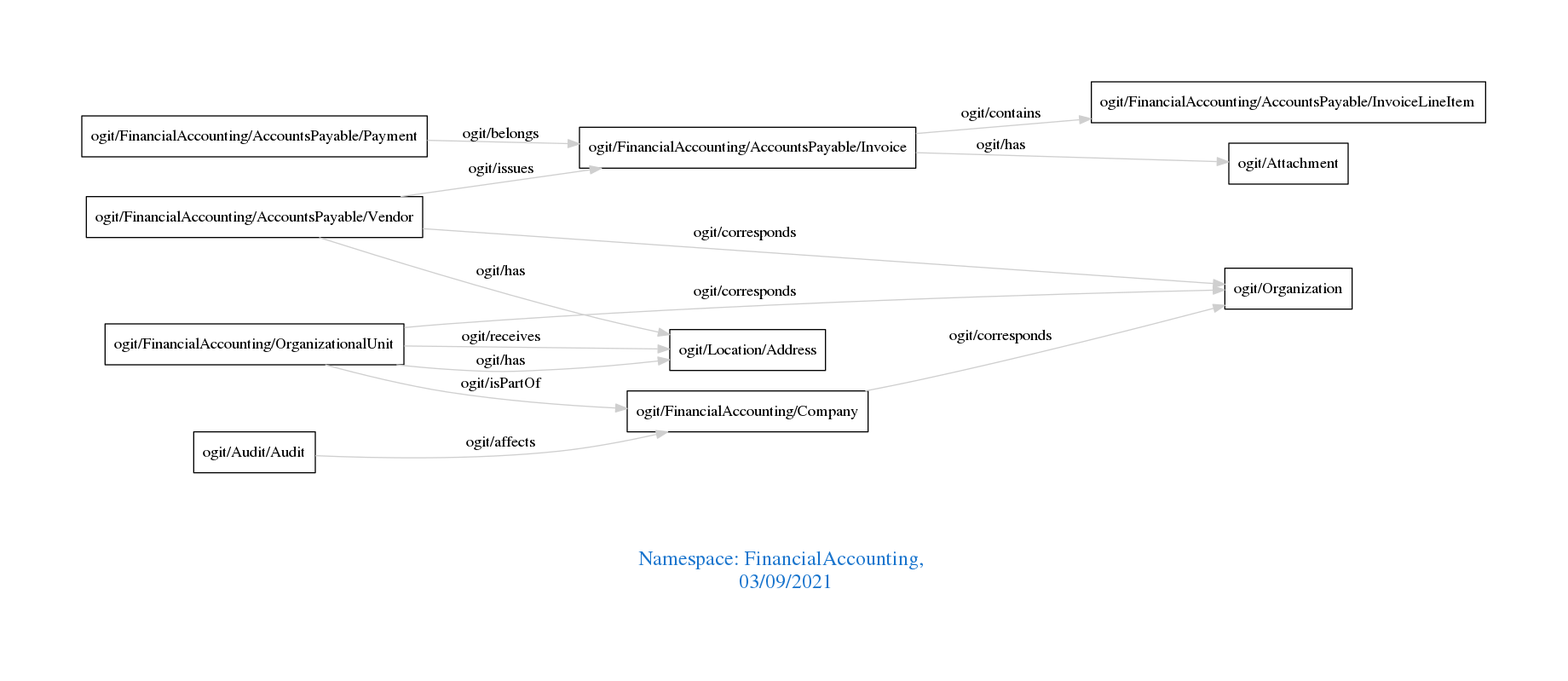
The Graphviz diagram downloads/FinancialAccounting.png in arago/OGIT, before a commit. Its source is kept beside it as downloads/FinancialAccounting.dot.
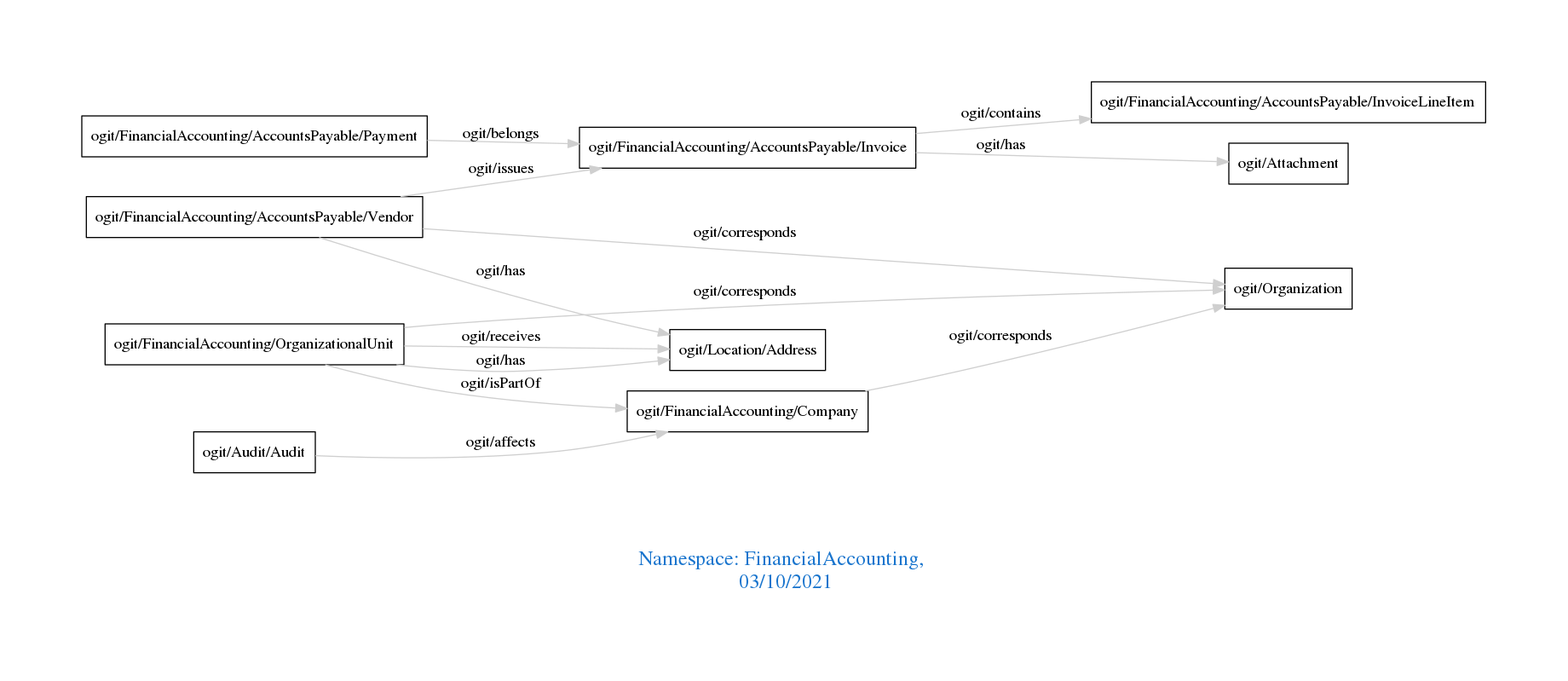
Above is the later version.

What changed in the source:
```diff
@@ -1,7 +1,7 @@
 digraph OGIT_ontology {
  graph [ rankdir= LR,pad=1
 fontsize = 18,
-fontcolor= dodgerblue3,label = "\n\n\nNamespace: FinancialAccounting, \n 03/09/2021"];
+fontcolor= dodgerblue3,label = "\n\n\nNamespace: FinancialAccounting, \n 03/10/2021"];
 node[shape=polygon];
 edge [  color="gray81"];
 
```
